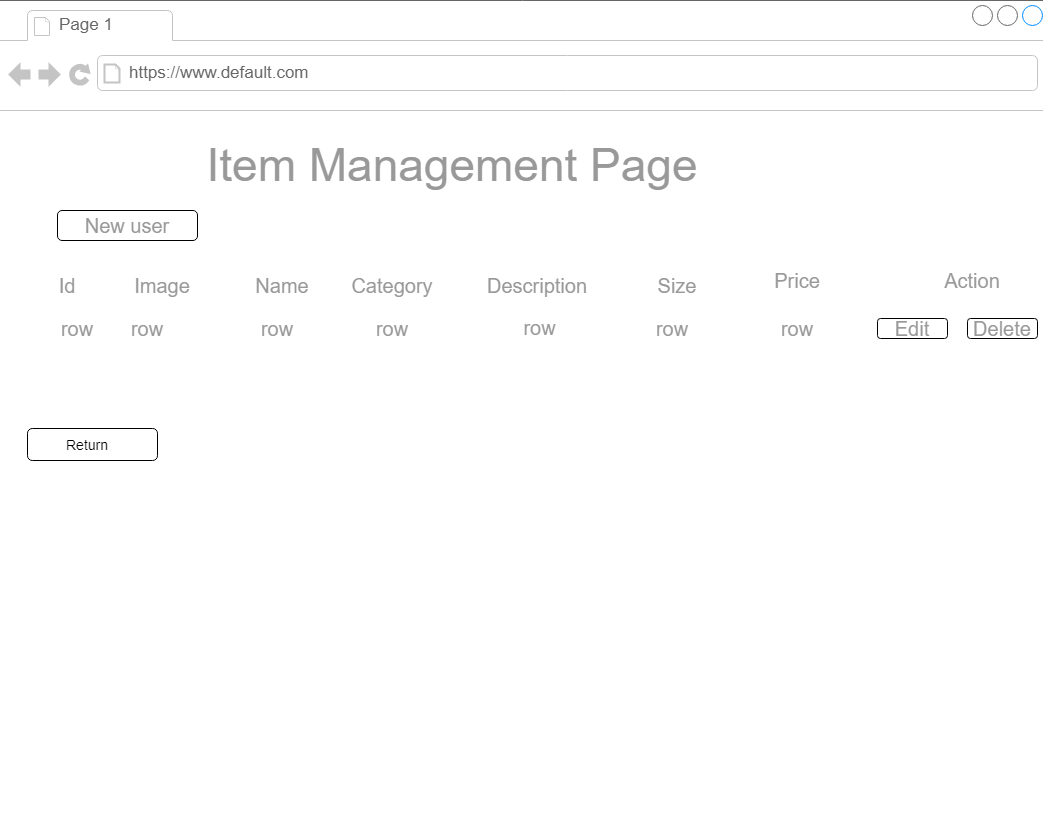
Above: documentation/wireframe item management page.png in kristina-sh/webprog-pizza-rest (draw.io), before the change. Source tidied: cells renumbered, new cells last; positions are measured from the earlier drawing's top-left corner, leaving out a move shared by most shapes.
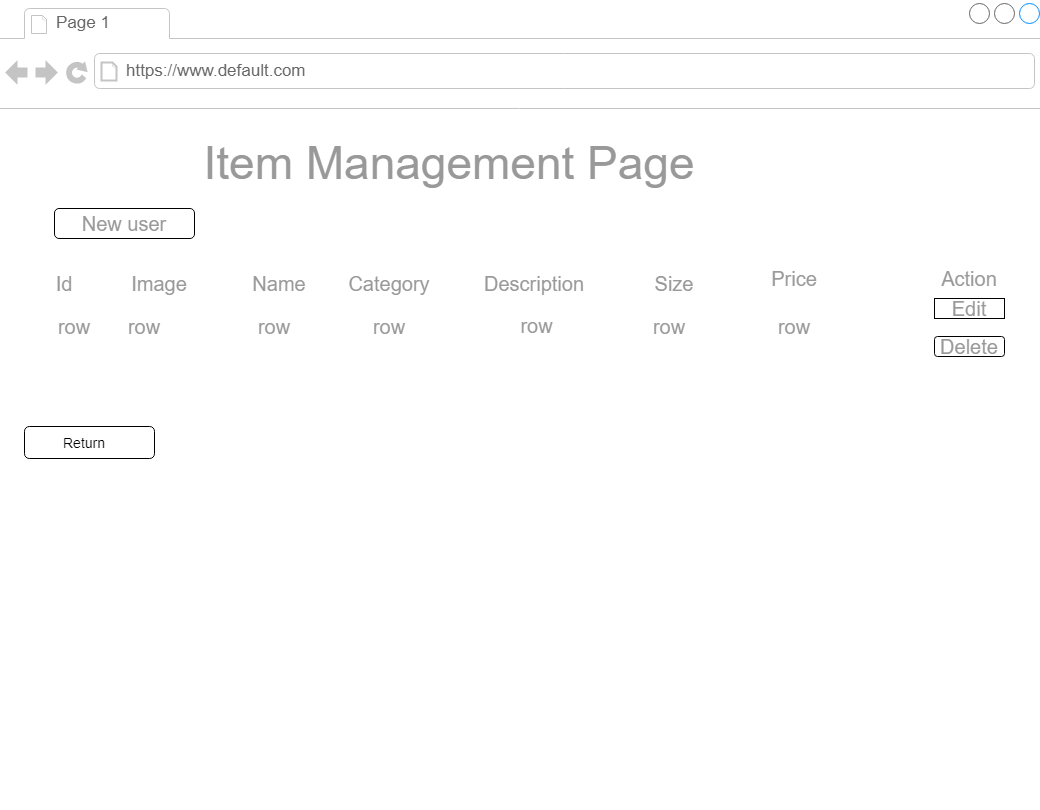
After the commit.

Diff of the diagram source:
```diff
@@ -72,10 +72,10 @@
       <mxGeometry x="930" y="265" width="90" height="30" as="geometry" />
     </mxCell>
     <mxCell id="25" value="Delete" style="rounded=1;whiteSpace=wrap;html=1;fontSize=20;fontColor=#999999;" parent="11" vertex="1">
-      <mxGeometry x="970" y="318" width="70" height="20" as="geometry" />
+      <mxGeometry x="940" y="338" width="70" height="20" as="geometry" />
     </mxCell>
-    <mxCell id="26" value="Edit" style="rounded=1;whiteSpace=wrap;html=1;fontSize=20;fontColor=#999999;" parent="11" vertex="1">
-      <mxGeometry x="880" y="318" width="70" height="20" as="geometry" />
+    <mxCell id="26" value="Edit" style="rounded=1;whiteSpace=wrap;html=1;fontSize=20;fontColor=#999999;arcSize=0;" parent="11" vertex="1">
+      <mxGeometry x="940" y="300" width="70" height="20" as="geometry" />
     </mxCell>
     <mxCell id="27" value="row" style="text;html=1;strokeColor=none;fillColor=none;align=center;verticalAlign=middle;whiteSpace=wrap;rounded=0;fontSize=20;fontColor=#999999;" parent="11" vertex="1">
       <mxGeometry x="50" y="313" width="60" height="30" as="geometry" />
```
